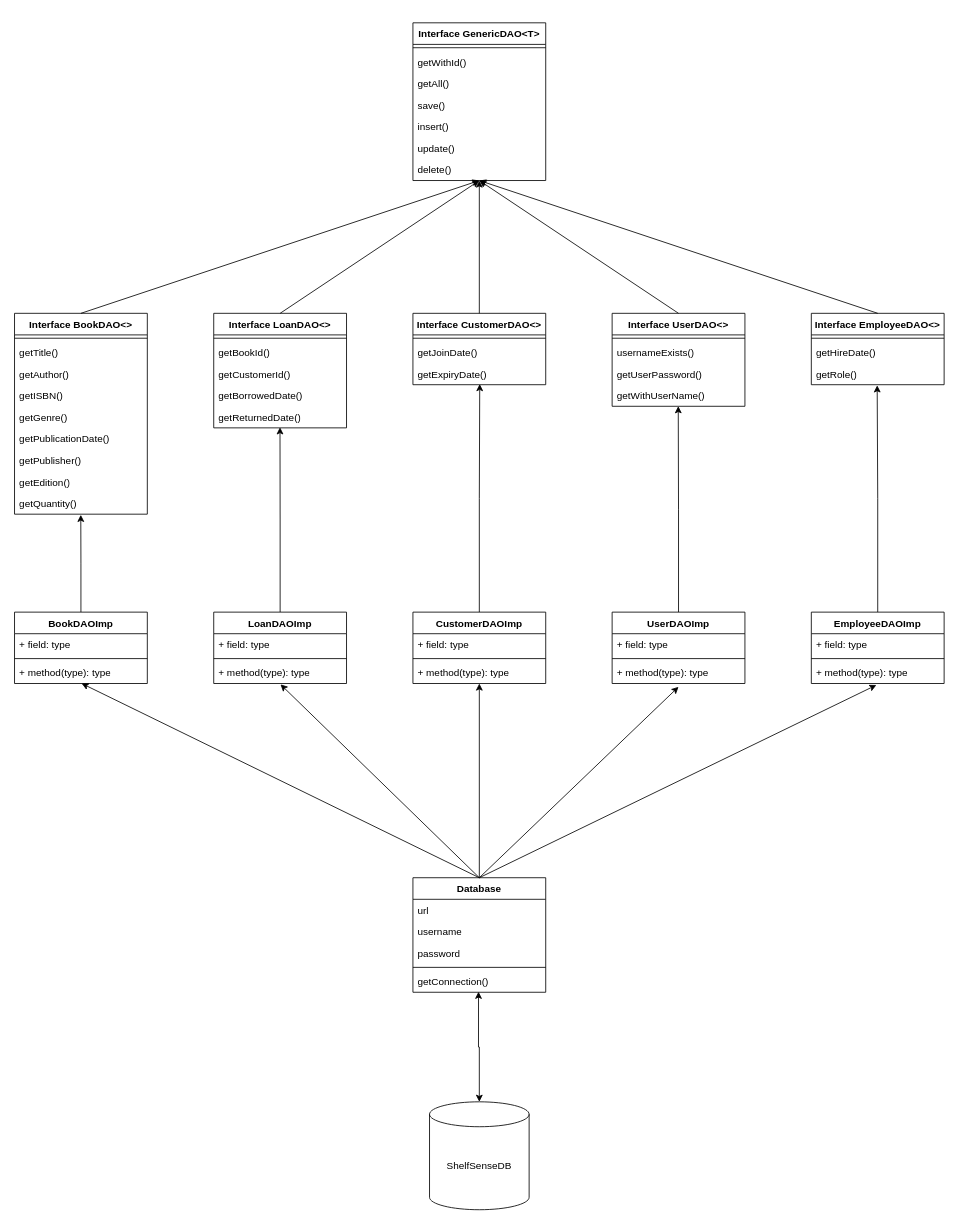
Earlier version of the draw.io diagram Documentation/Application/MVCModel/Controller/DAOClasses.drawio (YazeedMo/ShelfSense). Source tidied: cells renumbered, new cells numbered last; positions are measured from the earlier drawing's top-left corner, leaving out a move shared by most shapes. Both pictures are drawn from the tidied source at 83%, with x=0, y=0 at pixel (14, 22).
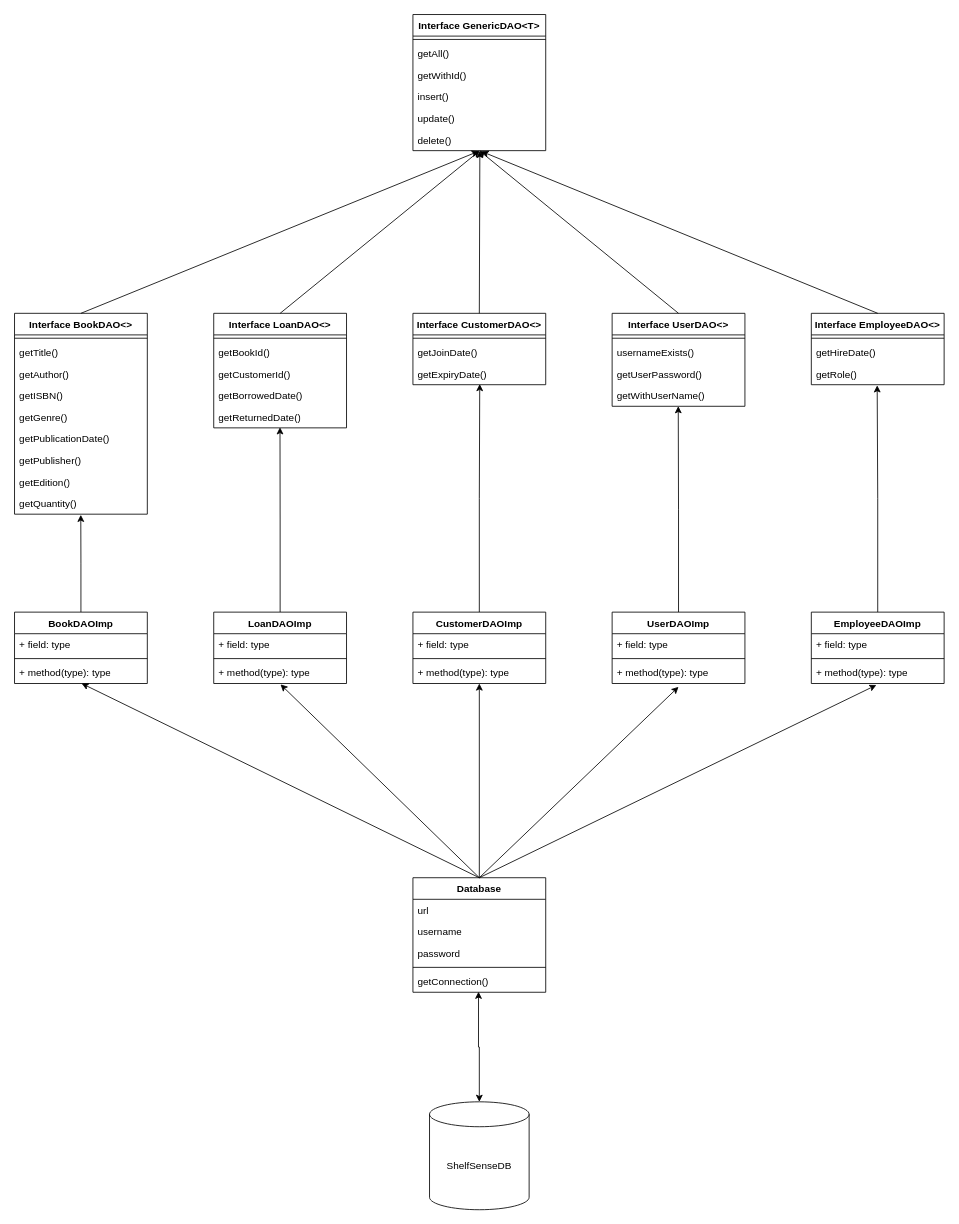
The same diagram, later.

Diff of the diagram source:
```diff
@@
     <mxCell id="2" value="Interface GenericDAO&amp;lt;T&amp;gt;" style="swimlane;fontStyle=1;align=center;verticalAlign=top;horizontal=1;startSize=26;whiteSpace=wrap;html=1;" parent="1" vertex="1">
-      <mxGeometry x="480" width="160" height="190" as="geometry" />
+      <mxGeometry x="480" y="-10" width="160" height="164" as="geometry" />
     </mxCell>
@@
-    <mxCell id="4" value="getWithId()" style="text;strokeColor=none;fillColor=none;align=left;verticalAlign=top;spacingLeft=4;spacingRight=4;overflow=hidden;whiteSpace=wrap;html=1;" parent="2" vertex="1">
+    <mxCell id="4" value="getAll()" style="text;strokeColor=none;fillColor=none;align=left;verticalAlign=top;spacingLeft=4;spacingRight=4;overflow=hidden;whiteSpace=wrap;html=1;" parent="2" vertex="1">
       <mxGeometry y="34" width="160" height="26" as="geometry" />
     </mxCell>
-    <mxCell id="5" value="getAll()" style="text;strokeColor=none;fillColor=none;align=left;verticalAlign=top;spacingLeft=4;spacingRight=4;overflow=hidden;whiteSpace=wrap;html=1;" parent="2" vertex="1">
+    <mxCell id="5" value="getWithId()" style="text;strokeColor=none;fillColor=none;align=left;verticalAlign=top;spacingLeft=4;spacingRight=4;overflow=hidden;whiteSpace=wrap;html=1;" parent="2" vertex="1">
       <mxGeometry y="60" width="160" height="26" as="geometry" />
     </mxCell>
-    <mxCell id="6" value="save()" style="text;strokeColor=none;fillColor=none;align=left;verticalAlign=top;spacingLeft=4;spacingRight=4;overflow=hidden;whiteSpace=wrap;html=1;" parent="2" vertex="1">
-      <mxGeometry y="86" width="160" height="26" as="geometry" />
-    </mxCell>
     <mxCell id="7" value="insert()" style="text;strokeColor=none;fillColor=none;align=left;verticalAlign=top;spacingLeft=4;spacingRight=4;overflow=hidden;whiteSpace=wrap;html=1;" parent="2" vertex="1">
-      <mxGeometry y="112" width="160" height="26" as="geometry" />
+      <mxGeometry y="86" width="160" height="26" as="geometry" />
     </mxCell>
     <mxCell id="8" value="update()" style="text;strokeColor=none;fillColor=none;align=left;verticalAlign=top;spacingLeft=4;spacingRight=4;overflow=hidden;whiteSpace=wrap;html=1;" parent="2" vertex="1">
-      <mxGeometry y="138" width="160" height="26" as="geometry" />
+      <mxGeometry y="112" width="160" height="26" as="geometry" />
     </mxCell>
     <mxCell id="9" value="delete()" style="text;strokeColor=none;fillColor=none;align=left;verticalAlign=top;spacingLeft=4;spacingRight=4;overflow=hidden;points=[[0,0.5],[1,0.5]];portConstraint=eastwest;whiteSpace=wrap;html=1;" parent="2" vertex="1">
-      <mxGeometry y="164" width="160" height="26" as="geometry" />
+      <mxGeometry y="138" width="160" height="26" as="geometry" />
     </mxCell>
@@
-    <mxCell id="39" style="endArrow=classic;html=1;rounded=0;" parent="1" edge="1">
+    <mxCell id="39" style="endArrow=classic;html=1;rounded=0;entryX=0.496;entryY=1.026;entryDx=0;entryDy=0;entryPerimeter=0;" parent="1" edge="1" target="9">
       <mxGeometry relative="1" as="geometry">
         <mxPoint x="80" y="350" as="sourcePoint" />
-        <mxPoint x="560" y="190" as="targetPoint" />
       </mxGeometry>
     </mxCell>
-    <mxCell id="40" style="endArrow=classic;html=1;rounded=0;" parent="1" edge="1">
+    <mxCell id="40" style="endArrow=classic;html=1;rounded=0;entryX=0.504;entryY=1;entryDx=0;entryDy=0;entryPerimeter=0;" parent="1" edge="1" target="9">
       <mxGeometry relative="1" as="geometry">
         <mxPoint x="320" y="350" as="sourcePoint" />
-        <mxPoint x="560" y="190" as="targetPoint" />
       </mxGeometry>
     </mxCell>
-    <mxCell id="41" style="endArrow=classic;html=1;rounded=0;" parent="1" edge="1">
+    <mxCell id="41" style="endArrow=classic;html=1;rounded=0;entryX=0.504;entryY=1.013;entryDx=0;entryDy=0;entryPerimeter=0;" parent="1" edge="1" target="9">
       <mxGeometry relative="1" as="geometry">
         <mxPoint x="560" y="350" as="sourcePoint" />
-        <mxPoint x="560" y="190" as="targetPoint" />
       </mxGeometry>
     </mxCell>
-    <mxCell id="42" style="endArrow=classic;html=1;rounded=0;" parent="1" edge="1">
+    <mxCell id="42" style="endArrow=classic;html=1;rounded=0;entryX=0.5;entryY=1;entryDx=0;entryDy=0;" parent="1" edge="1" target="2">
       <mxGeometry relative="1" as="geometry">
         <mxPoint x="800" y="350" as="sourcePoint" />
-        <mxPoint x="560" y="190" as="targetPoint" />
       </mxGeometry>
     </mxCell>
-    <mxCell id="43" style="endArrow=classic;html=1;rounded=0;" parent="1" edge="1">
+    <mxCell id="43" style="endArrow=classic;html=1;rounded=0;entryX=0.517;entryY=1.038;entryDx=0;entryDy=0;entryPerimeter=0;" parent="1" edge="1" target="9">
       <mxGeometry relative="1" as="geometry">
         <mxPoint x="1040" y="350" as="sourcePoint" />
-        <mxPoint x="560" y="190" as="targetPoint" />
       </mxGeometry>
     </mxCell>
```
